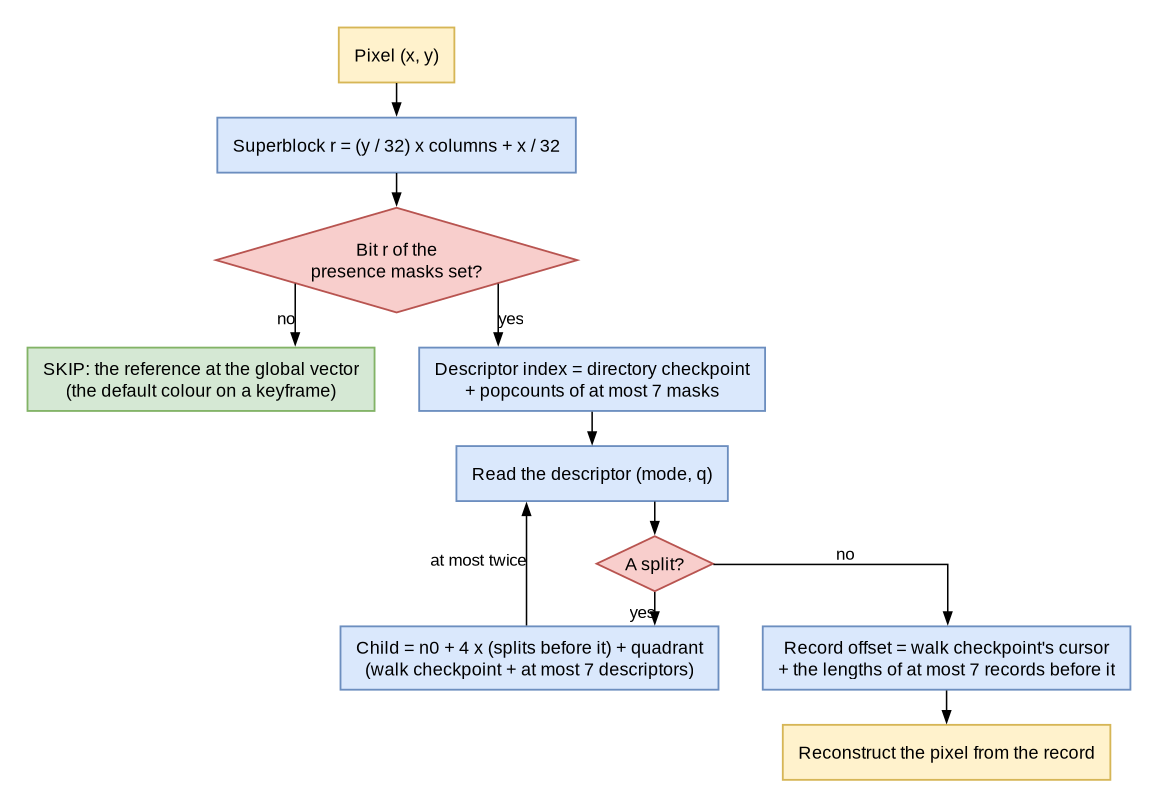
Earlier version of the Graphviz export docs/images/mcv2/leaf.png (PulseBeat02/mcav). Its source is kept beside it as tools/mcv2/figures/leaf.dot. Its diagram source:
```dot
digraph leaf {
  rankdir=TB;
  bgcolor="white";
  pad=0.25;
  nodesep=0.4;
  ranksep=0.32;
  splines=ortho;
  node [shape=box, style="filled", fillcolor="#dae8fc", color="#6c8ebf", fontname="Liberation Sans", fontsize=12, fontcolor="black", margin="0.14,0.09", penwidth=1.2];
  edge [color="black", arrowsize=0.75, penwidth=1.0, fontname="Liberation Sans", fontsize=11, fontcolor="black"];

  pixel [label="Pixel (x, y)", fillcolor="#fff2cc", color="#d6b656"];
  root [label="Superblock r = (y / 32) x columns + x / 32"];
  present [shape=diamond, label="Bit r of the\npresence masks set?", fillcolor="#f8cecc", color="#b85450", margin="0.04,0.04"];
  skip [label="SKIP: the reference at the global vector\n(the default colour on a keyframe)", fillcolor="#d5e8d4", color="#82b366"];
  index [label="Descriptor index = directory checkpoint\n+ popcounts of at most 7 masks"];
  read [label="Read the descriptor (mode, q)"];
  split [shape=diamond, label="A split?", fillcolor="#f8cecc", color="#b85450", margin="0.04,0.04"];
  child [label="Child = n0 + 4 x (splits before it) + quadrant\n(walk checkpoint + at most 7 descriptors)"];
  record [label="Record offset = walk checkpoint's cursor\n+ the lengths of at most 7 records before it"];
  draw [label="Reconstruct the pixel from the record", fillcolor="#fff2cc", color="#d6b656"];

  pixel -> root -> present;
  present -> skip [xlabel="no"];
  present -> index [xlabel="yes"];
  index -> read -> split;
  split -> child [xlabel="yes"];
  child -> read [xlabel="at most twice"];
  split -> record [xlabel="no"];
  record -> draw;
}
```
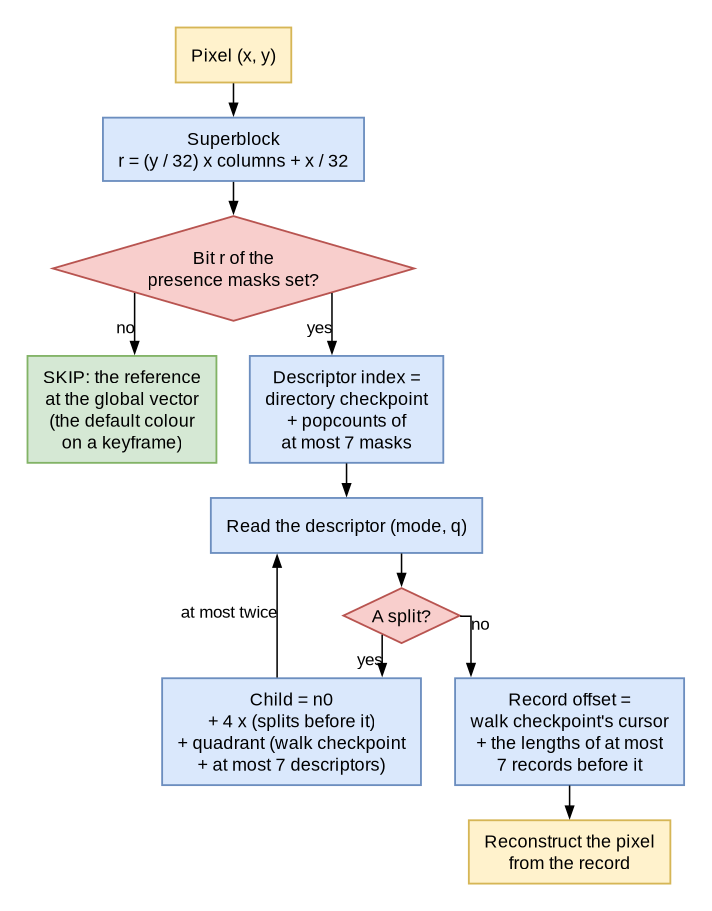
After the commit.

Commit message:
Docs: the leaf diagram and the codec chart fit a page column

Change to the diagram source:
```diff
@@ -2,22 +2,22 @@
   rankdir=TB;
   bgcolor="white";
   pad=0.25;
-  nodesep=0.4;
+  nodesep=0.3;
   ranksep=0.32;
   splines=ortho;
   node [shape=box, style="filled", fillcolor="#dae8fc", color="#6c8ebf", fontname="Liberation Sans", fontsize=12, fontcolor="black", margin="0.14,0.09", penwidth=1.2];
   edge [color="black", arrowsize=0.75, penwidth=1.0, fontname="Liberation Sans", fontsize=11, fontcolor="black"];
 
   pixel [label="Pixel (x, y)", fillcolor="#fff2cc", color="#d6b656"];
-  root [label="Superblock r = (y / 32) x columns + x / 32"];
+  root [label="Superblock\nr = (y / 32) x columns + x / 32"];
   present [shape=diamond, label="Bit r of the\npresence masks set?", fillcolor="#f8cecc", color="#b85450", margin="0.04,0.04"];
-  skip [label="SKIP: the reference at the global vector\n(the default colour on a keyframe)", fillcolor="#d5e8d4", color="#82b366"];
-  index [label="Descriptor index = directory checkpoint\n+ popcounts of at most 7 masks"];
+  skip [label="SKIP: the reference\nat the global vector\n(the default colour\non a keyframe)", fillcolor="#d5e8d4", color="#82b366"];
+  index [label="Descriptor index =\ndirectory checkpoint\n+ popcounts of\nat most 7 masks"];
   read [label="Read the descriptor (mode, q)"];
   split [shape=diamond, label="A split?", fillcolor="#f8cecc", color="#b85450", margin="0.04,0.04"];
-  child [label="Child = n0 + 4 x (splits before it) + quadrant\n(walk checkpoint + at most 7 descriptors)"];
-  record [label="Record offset = walk checkpoint's cursor\n+ the lengths of at most 7 records before it"];
-  draw [label="Reconstruct the pixel from the record", fillcolor="#fff2cc", color="#d6b656"];
+  child [label="Child = n0\n+ 4 x (splits before it)\n+ quadrant (walk checkpoint\n+ at most 7 descriptors)"];
+  record [label="Record offset =\nwalk checkpoint's cursor\n+ the lengths of at most\n7 records before it"];
+  draw [label="Reconstruct the pixel\nfrom the record", fillcolor="#fff2cc", color="#d6b656"];
 
   pixel -> root -> present;
   present -> skip [xlabel="no"];
```
